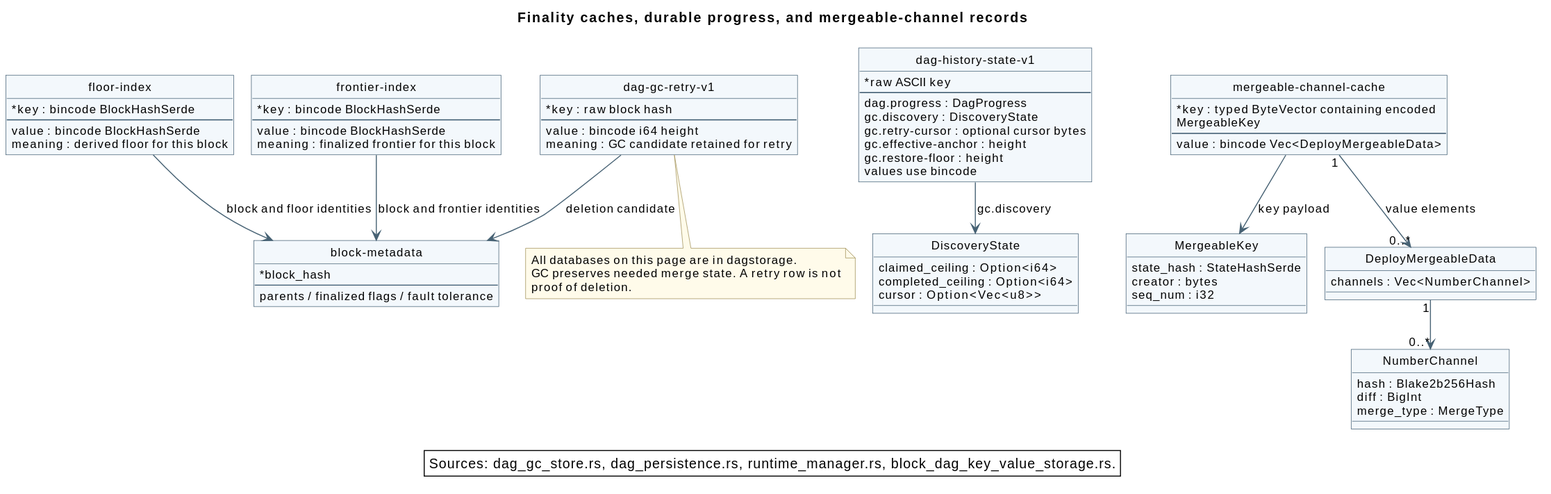
This is docs/erd/storage/finality-gc.svg from F1R3FLY-io/f1r3node-rust, a PlantUML export, as it was before one commit. Its source is kept beside it as docs/erd/storage/finality-gc.puml.
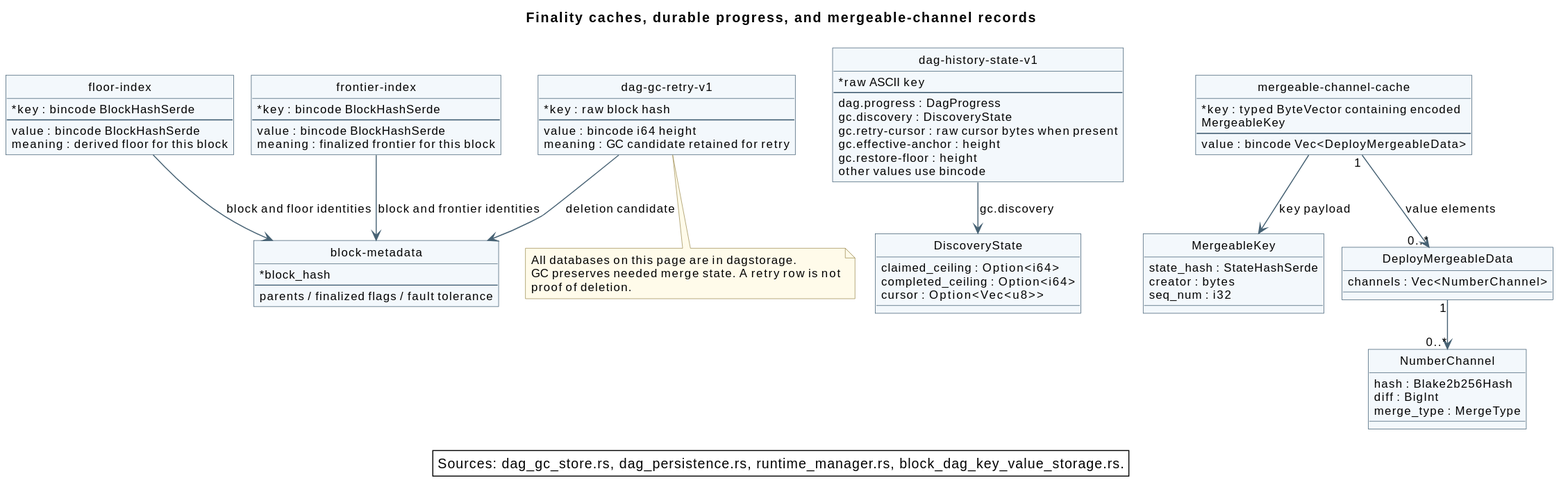
After the commit.

What changed in the source:
```diff
@@ -23,10 +23,10 @@
   --
   dag.progress : DagProgress
   gc.discovery : DiscoveryState
-  gc.retry-cursor : optional cursor bytes
+  gc.retry-cursor : raw cursor bytes when present
   gc.effective-anchor : height
   gc.restore-floor : height
-  values use bincode
+  other values use bincode
 }
 entity DiscoveryState {
   claimed_ceiling : Option<i64>
```
